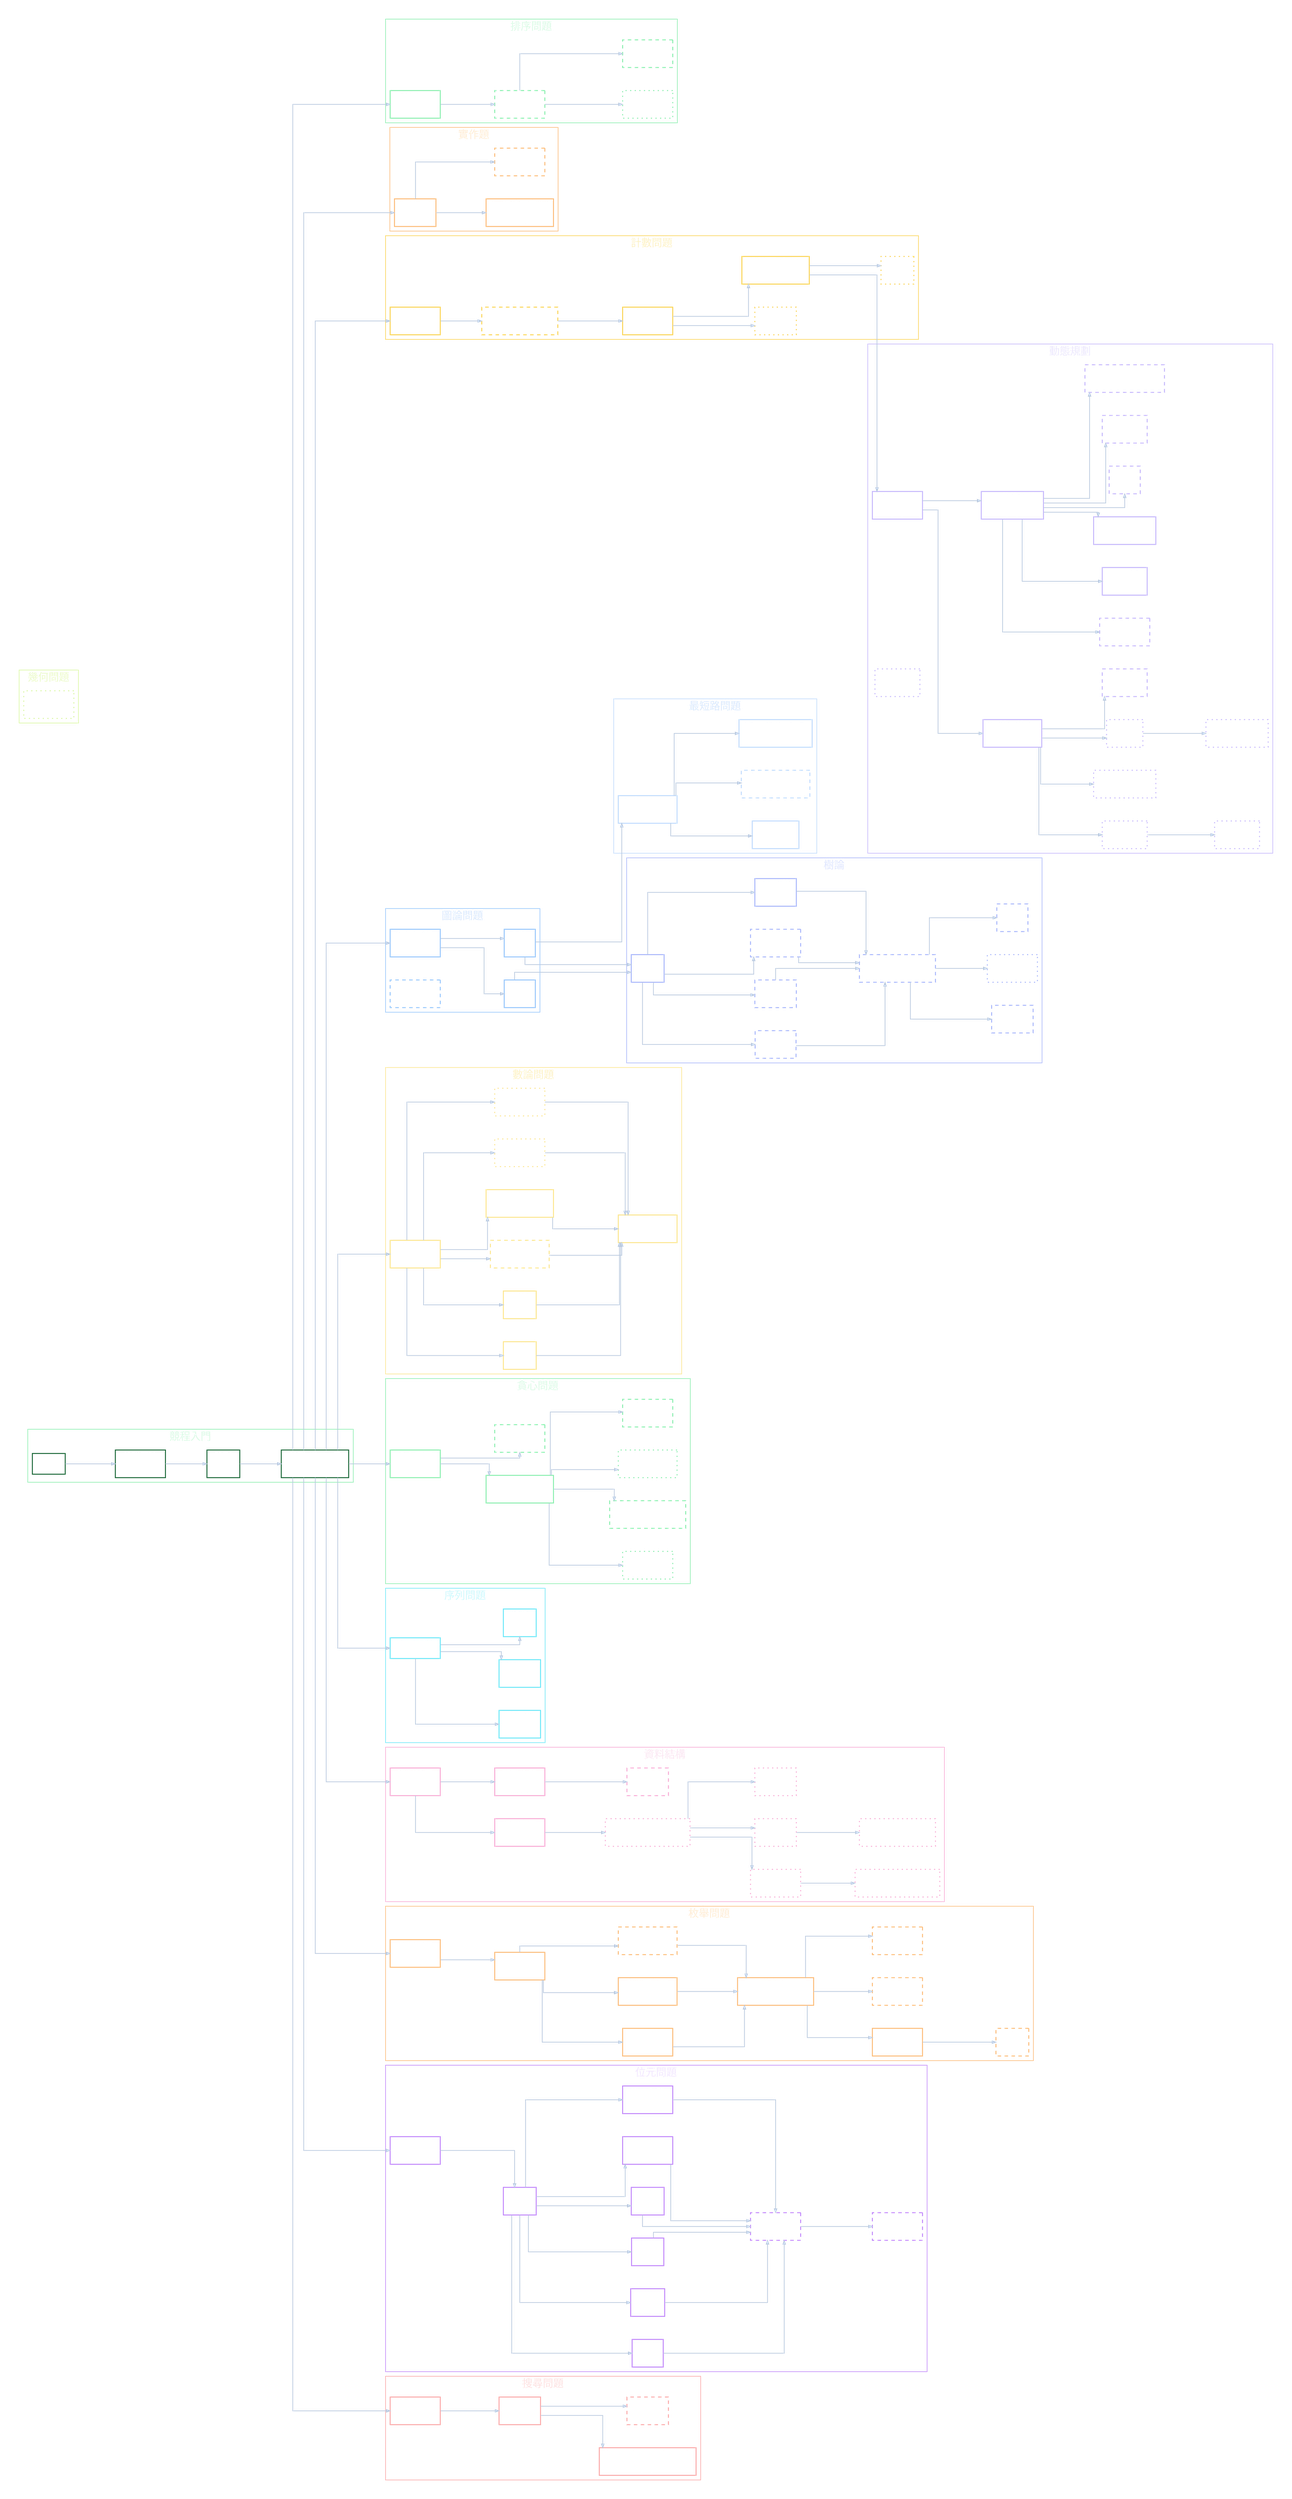
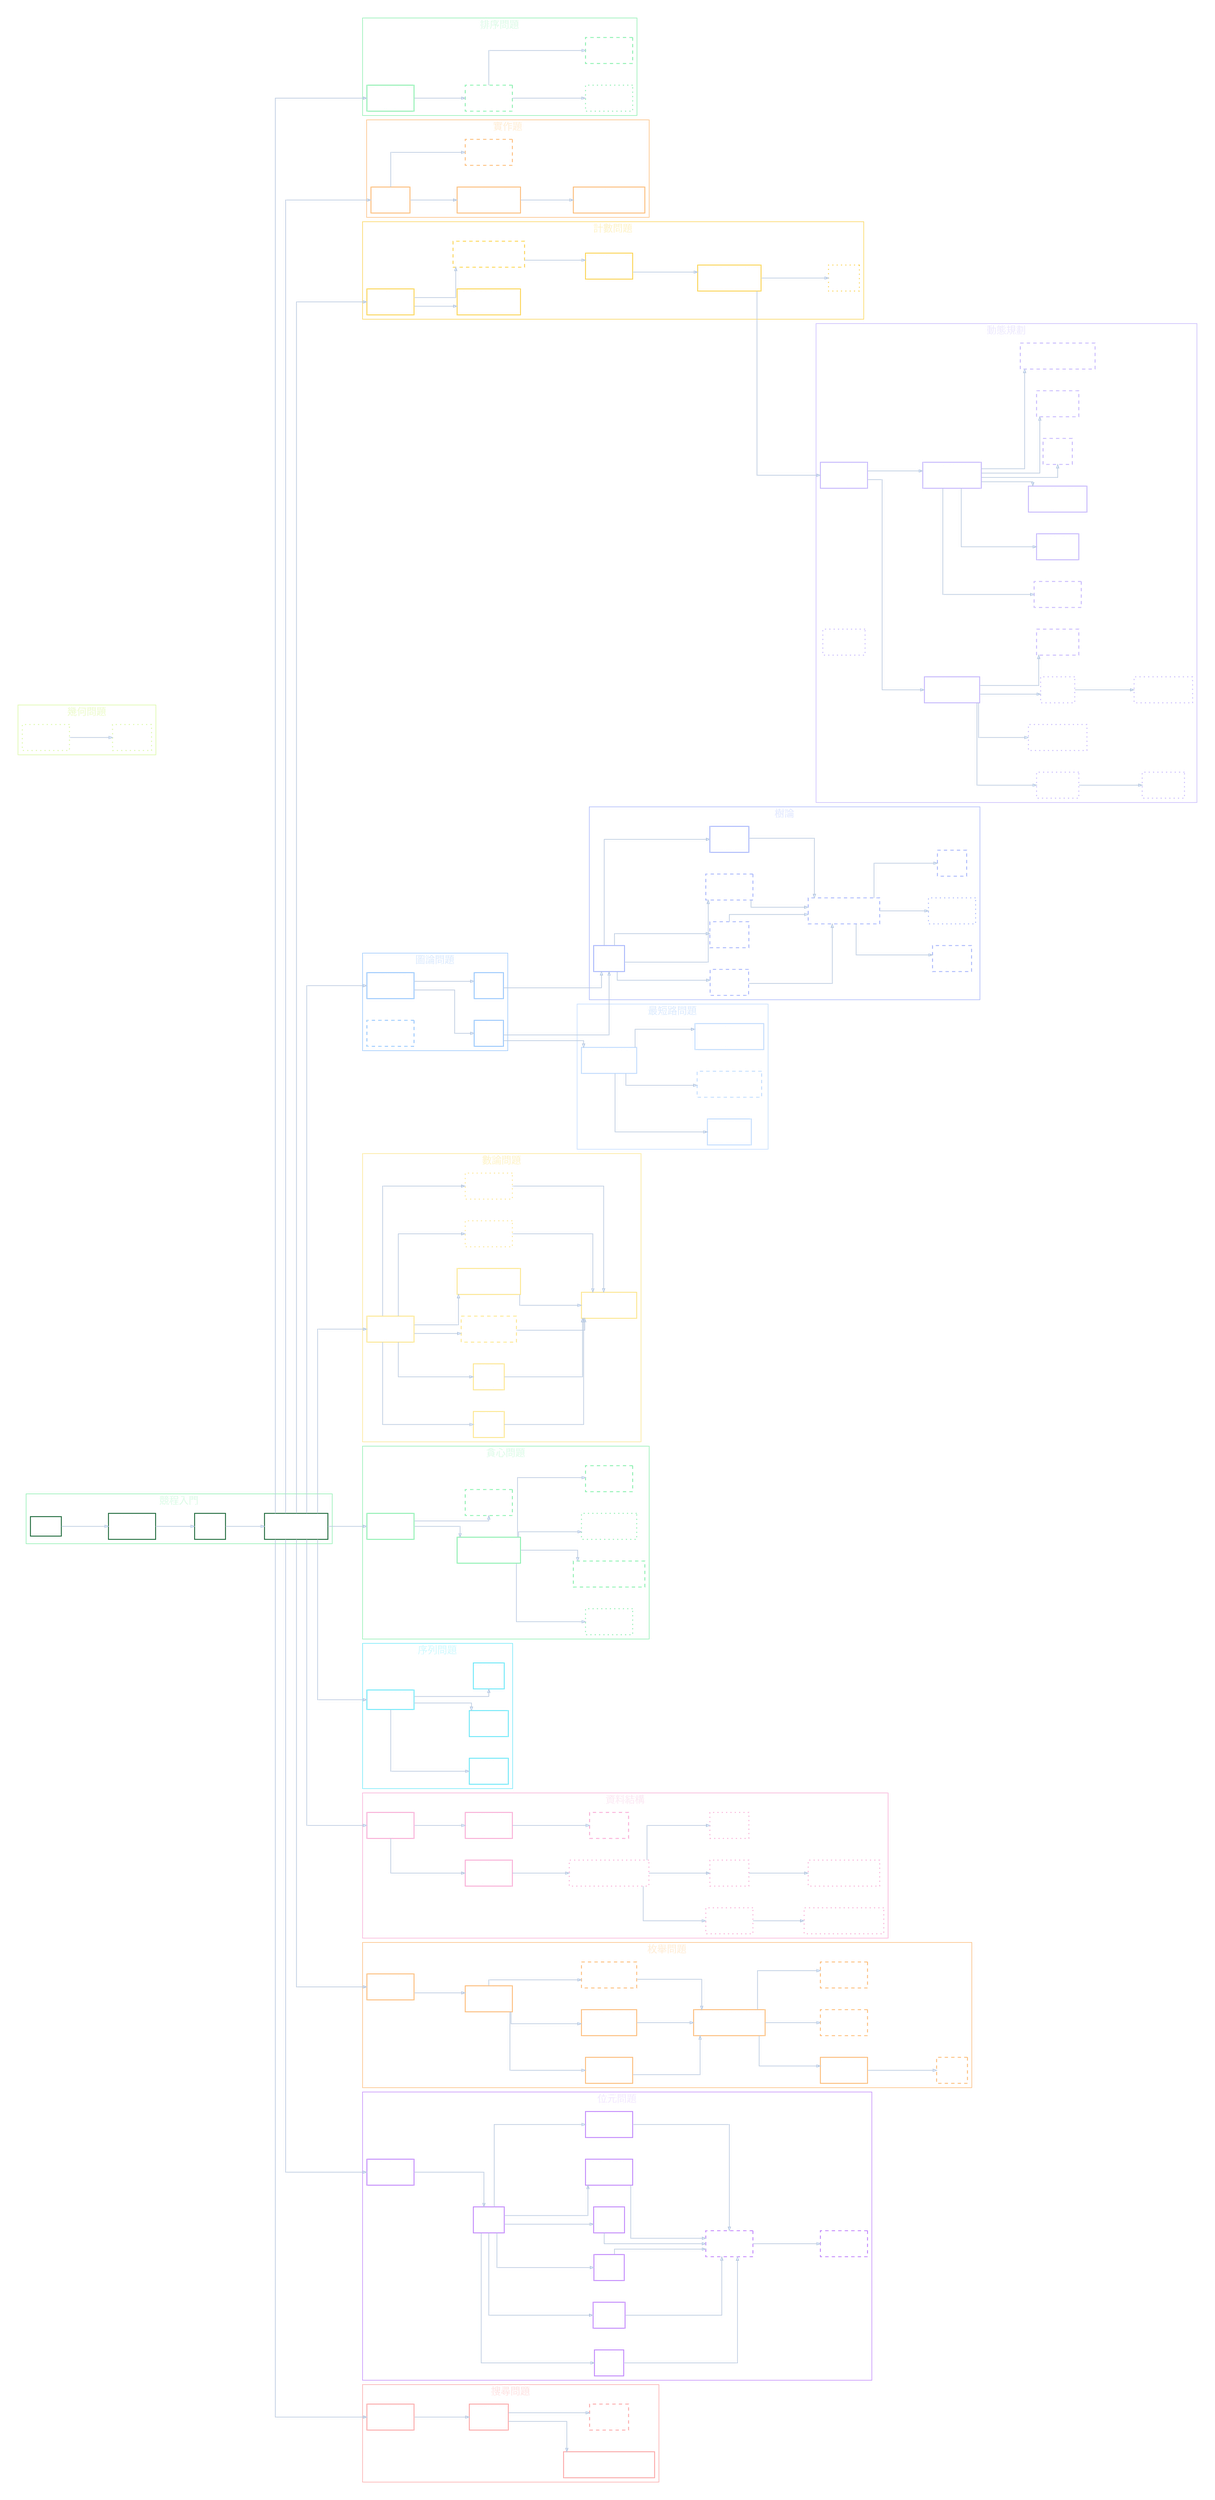
digraph CompetitiveProgrammingSkillTree {
  graph [
    rankdir=LR,
    bgcolor="transparent",
    splines=ortho,
    nodesep=0.55,
    ranksep=1.0,
    pad=0.35,
    compound=true
  ];

  node [
    shape=rect,
    style=filled,
    fontname="Microsoft JhengHei",
    fontsize=15,
    margin="0.18,0.10",
    penwidth=1.6,
    color="#7A8A99",
    fontcolor="#ffffff"
  ];

  edge [
    color="#bacae0",
    arrowsize=0.65,
    penwidth=1.2
  ];

  subgraph cluster_cp_entry {
    label="競程入門";
    color="#86efac";
    fillcolor="#052e16";
    fontname="Microsoft JhengHei";
    fontcolor="#dcfce7";
    fontsize=18;

    node [fillcolor="transparent", color="#166534"]
    root1 [label="競程"];
    core1 [label="基礎語法\n[✪]"];
    core2 [label="陣列\n[✪]"];
    core3 [label="基礎 STL 工具\n[✪]"];
  }

  subgraph cluster_sort {
    label="排序問題";
    color="#86efac";
    fillcolor="#052e16";
    fontname="Microsoft JhengHei";
    fontcolor="#dcfce7";
    fontsize=18;

    node [fillcolor="transparent", color="#86efac"];
    sort1 [label="排序問題\n[✔]"];
    sort2 [label="交換問題\n[!?]", style="dashed"];
    sort3 [label="拓撲排序\n[?]", style="dotted"];
    sort4 [label="單調隊列\n[!?]", style="dashed"];
  }

  subgraph cluster_impl {
    label="實作題";
    color="#fdba74";
    fillcolor="#431407";
    fontname="Microsoft JhengHei";
    fontcolor="#ffedd5";
    fontsize=18;

    node [fillcolor="transparent", color="#fdba74"];
    impl1 [label="實作題\n[✔]"];
    impl2 [label="二維地圖實作\n[✔]"];
    impl3 [label="字串問題\n[!?]", style="dashed"];
-   }
+     impl4 [label="六邊形地圖實作\n[✔]"]
+   }
+ 
+   impl2 -> impl4;

  subgraph cluster_count {
    label="計數問題";
    color="#fcd34d";
    fillcolor="#422006";
    fontname="Microsoft JhengHei";
    fontcolor="#fef3c7";
    fontsize=18;

    node [fillcolor="transparent", color="#fcd34d"];
    count1 [label="計數問題\n[✔]"];
+     count4 [label="微掃描線問題\n[✔]"];
    count2 [label="等價類計數問題\n[!?]", style="dashed"];
    count3 [label="排容原理\n[✔]"];
-     count4 [label="掃描線\n[?]", style="dotted"];
    count5 [label="拆分子問題法\n[✔]"];
    div1 [label="分治\n[?]", style="dotted"];
  }
+ 
+   count1 -> count4;

  subgraph cluster_dp {
    label="動態規劃";
    color="#c4b5fd";
    fillcolor="#2e1065";
    fontname="Microsoft JhengHei";
    fontcolor="#ede9fe";
    fontsize=18;

    node [fillcolor="transparent", color="#c4b5fd"];
    dp1 [label="動態規劃\n[✔]"];
    dp2 [label="背包問題\n[!?]", style="dashed"];
    dp3 [label="分段 dp\n[✔]"];
    dp4 [label="二維地圖 dp\n[✔]"];
    dp5 [label="區間 dp\n[?]", style="dotted"];
    dp6 [label="賽局 dp\n[?]", style="dotted"];
    dp7 [label="狀態壓縮 dp\n[?]", style="dotted"];
    dp8 [label="記憶化搜索\n[✔]"];
    dp9 [label="LCS\n[!?]", style="dashed"];
    dp10 [label="環狀 dp\n[!?]", style="dashed"];
    dp11 [label="樹 dp\n[?]", style="dotted"];
    dp12 [label="子樹合併 dp\n[?]", style="dotted"];
    dp13 [label="有權區間排程 dp\n[!?]", style="dashed"];
    dp14 [label="數位 dp\n[!?]", style="dashed"];
    dp15 [label="dp 狀態設計\n[✔]"];
    dp16 [label="dp 優化\n[?]", style="dotted"];
  }

  dp1 -> dp8;
  dp1 -> dp15;
  dp8 -> dp11;
  dp8 -> dp14;
  dp8 -> dp5;
  dp8 -> dp7;
  dp15 -> dp2;
  dp15 -> dp3;
  dp15 -> dp4;
  dp15 -> dp9;
  dp15 -> dp10;
  dp15 -> dp13;
  dp5 -> dp6;
  dp11 -> dp12;

  subgraph cluster_graph {
    label="圖論問題";
    color="#93c5fd";
    fillcolor="#172554";
    fontname="Microsoft JhengHei";
    fontcolor="#dbeafe";
    fontsize=18;

    node [fillcolor="transparent", color="#93c5fd"];
    g1 [label="圖論問題\n[✔]"];
    g2 [label="BFS\n[✔]"];
    g3 [label="DFS\n[✔]"];
    g4 [label="圖論建模\n[!?]", style="dashed"];
  }

  subgraph cluster_shortest_path {
    label="最短路問題";
    color="#bfdbfe";
    fillcolor="#1e3a8a";
    fontname="Microsoft JhengHei";
    fontcolor="#dbeafe";
    fontsize=18;

    node [fillcolor="transparent", color="#bfdbfe"];
    sp1 [label="最短路問題\n[✔]"];
    sp2 [label="Dijkstra\n[✔]"];
    sp3 [label="Bellman Ford\n[!?]", style="dashed"];
    sp4 [label="Floyd Warshall\n[✔]"];
  }

  subgraph cluster_tree {
    label="樹論";
    color="#a5b4fc";
    fillcolor="#312e81";
    fontname="Microsoft JhengHei";
    fontcolor="#e0e7ff";
    fontsize=18;

    node [fillcolor="transparent", color="#a5b4fc"];
    tree1 [label="樹論\n[✔]"];
    tree2 [label="BFS 樹\n[!?]", style="dashed"];
    tree3 [label="DFS 樹\n[!?]", style="dashed"];
    tree4 [label="前中後序\n[!?]", style="dashed"];
    tree5 [label="二分樹\n[✔]"];
    tree6 [label="更難的樹論問題\n[!?]", style="dashed"];
    tree7 [label="樹壓平\n[!?]", style="dashed"];
    tree8 [label="樹上差分\n[?]", style="dotted"];
    tree9 [label="LCA\n[!?]", style="dashed"];
  }

  subgraph cluster_number {
    label="數論問題";
    color="#fde68a";
    fillcolor="#451a03";
    fontname="Microsoft JhengHei";
    fontcolor="#fef3c7";
    fontsize=18;

    node [fillcolor="transparent", color="#fde68a"];
    num1 [label="數論問題\n[✔]"];
    num2 [label="取餘\n[✔]"];
    num3 [label="篩法\n[✔]"];
    num4 [label="質因數分解\n[!?]", style="dashed"];
    num5 [label="因數倍數問題\n[✔]"];
    num6 [label="進制系統\n[?]", style="dotted"];
    num7 [label="大數運算\n[?]", style="dotted"];
    math1 [label="數學式化簡\n[✔]"];
  }

  subgraph cluster_greedy {
    label="貪心問題";
    color="#86efac";
    fillcolor="#052e16";
    fontname="Microsoft JhengHei";
    fontcolor="#dcfce7";
    fontsize=18;

    node [fillcolor="transparent", color="#86efac"];
    gr1 [label="貪心問題\n[✔]"];
    gr2 [label="貪心基本思維\n[✔]"];
    gr3 [label="貪心證明\n[!?]", style="dashed"];
    gr4 [label="區間貪心\n[?]", style="dotted"];
    gr5 [label="構造上下界問題\n[!?]", style="dashed"];
    gr6 [label="子序列貪心\n[?]", style="dotted"];
    gr7 [label="配對問題\n[!?]", style="dashed"];
  }

  subgraph cluster_sequence {
    label="序列問題";
    color="#67e8f9";
    fillcolor="#164e63";
    fontname="Microsoft JhengHei";
    fontcolor="#cffafe";
    fontsize=18;

    node [fillcolor="transparent", color="#67e8f9"];
    seq1 [label="序列問題"];
    seq2 [label="雙指標\n[✔]"];
    seq3 [label="前綴和\n[✔]"];
    seq4 [label="差分\n[✔]"];
  }

  subgraph cluster_ds {
    label="資料結構";
    color="#f9a8d4";
    fillcolor="#500724";
    fontname="Microsoft JhengHei";
    fontcolor="#fce7f3";
    fontsize=18;

    node [fillcolor="transparent", color="#f9a8d4"];
    ds1 [label="資料結構\n[✔]"];
    ds2 [label="序列容器\n[✔]"];
    ds3 [label="關聯容器\n[✔]"];
    ds4 [label="哈希表\n[!?]", style="dashed"];
    ds5 [label="更複雜的資料結構\n[?]", style="dotted"];
    ds6 [label="樹狀陣列\n[?]", style="dotted"];
    ds7 [label="稀疏表\n[?]", style="dotted"];
    ds8 [label="線段樹\n[?]", style="dotted"];
    ds9 [label="樹狀陣列上二分搜\n[?]", style="dotted"];
    ds10 [label="稀疏表上二分搜\n[?]", style="dotted"];
  }

  subgraph cluster_enum {
    label="枚舉問題";
    color="#fdba74";
    fillcolor="#431407";
    fontname="Microsoft JhengHei";
    fontcolor="#ffedd5";
    fontsize=18;

    node [fillcolor="transparent", color="#fdba74"];
    enum1 [label="枚舉問題\n[✔]"];
    enum2 [label="暴力枚舉\n[✔]"];
    enum3 [label="二元枚舉\n[✔]"];
    enum4 [label="全排列枚舉\n[✔]"];
    enum5 [label="聰明的枚舉\n[!?]", style="dashed"];
    enum6 [label="更難的枚舉問題\n[✔]"];
    enum7 [label="遞迴枚舉\n[✔]"];
    enum8 [label="折半枚舉\n[!?]", style="dashed"];
    enum9 [label="剪枝\n[!?]", style="dashed"];
    enum10 [label="枚舉倍數\n[!?]", style="dashed"];
  }

  subgraph cluster_bit {
    label="位元問題";
    color="#c084fc";
    fillcolor="#3b0764";
    fontname="Microsoft JhengHei";
    fontcolor="#f3e8ff";
    fontsize=18;

    node [fillcolor="transparent", color="#c084fc"];
    bit1 [label="位元問題\n[✔]"];
    bit2 [label="位元\n[✔]"];
    bit3 [label="OR\n[✔]"];
    bit4 [label="AND\n[✔]"];
    bit5 [label="XOR\n[✔]"];
    bit6 [label="NOT\n[✔]"];
    bit7 [label="位元左移\n[✔]"];
    bit8 [label="位元右移\n[✔]"];
    bit9 [label="位元函式\n[!?]", style="dashed"];
    bit10 [label="狀態壓縮\n[!?]", style="dashed"];
  }

  subgraph cluster_search {
    label="搜尋問題";
    color="#fca5a5";
    fillcolor="#450a0a";
    fontname="Microsoft JhengHei";
    fontcolor="#fee2e2";
    fontsize=18;

    node [fillcolor="transparent", color="#fca5a5"];
    search1 [label="搜尋問題\n[✔]"];
    search2 [label="二分搜\n[✔]"];
    search3 [label="lower / upper bound\n[✔]"];
    search4 [label="三分搜\n[!?]", style="dashed"];
  }

  subgraph cluster_geometry {
    label="幾何問題";
    color="#d9f99d";
    fillcolor="#1a2e05";
    fontname="Microsoft JhengHei";
    fontcolor="#ecfccb";
    fontsize=18;

    node [fillcolor="transparent", color="#d9f99d"];
    geo1 [label="幾何問題\n[?]", style="dotted"];
-   }
+     geo2 [label="掃描線\n[?]", style="dotted"];
+   }
+ 
+   geo1 -> geo2;

  root1 -> core1;
  core1 -> core2;
  core2 -> core3;

  core3 -> sort1;
  core3 -> impl1;
  core3 -> count1;
  core3 -> g1;
  core3 -> num1;
  core3 -> gr1;
  core3 -> seq1;
  core3 -> ds1;
  core3 -> enum1;
  core3 -> bit1;
  core3 -> search1;

  sort1 -> sort2;
  sort2 -> sort3;
  sort2 -> sort4;

  impl1 -> impl2;
  impl1 -> impl3;

  count1 -> count2;
  count2 -> count3;
-   count3 -> count4;
  count3 -> count5;
  count5 -> dp1;
  count5 -> div1;

  g1 -> g2;
  g1 -> g3;
  g2 -> sp1;
  g2 -> tree1;
  g3 -> tree1;

  sp1 -> sp2;
  sp1 -> sp3;
  sp1 -> sp4;

  tree1 -> tree2;
  tree1 -> tree3;
  tree1 -> tree4;
  tree1 -> tree5;
  tree2 -> tree6;
  tree3 -> tree6;
  tree4 -> tree6;
  tree5 -> tree6;
  tree6 -> tree7;
  tree6 -> tree8;
  tree6 -> tree9;

  num1 -> num2;
  num1 -> num3;
  num1 -> num4;
  num1 -> num5;
  num1 -> num6;
  num1 -> num7;
  num2 -> math1;
  num3 -> math1;
  num4 -> math1;
  num5 -> math1;
  num6 -> math1;
  num7 -> math1;

  gr1 -> gr2;
  gr1 -> gr3;
  gr2 -> gr4;
  gr2 -> gr5;
  gr2 -> gr6;
  gr2 -> gr7;

  seq1 -> seq2;
  seq1 -> seq3;
  seq1 -> seq4;

  ds1 -> ds2;
  ds1 -> ds3;
  ds2 -> ds5;
  ds3 -> ds4;
  ds5 -> ds6;
  ds5 -> ds7;
  ds5 -> ds8;
  ds6 -> ds9;
  ds7 -> ds10;

  enum1 -> enum2;
  enum2 -> enum3;
  enum2 -> enum4;
  enum2 -> enum5;
  enum3 -> enum6;
  enum4 -> enum6;
  enum5 -> enum6;
  enum6 -> enum7;
  enum6 -> enum8;
  enum6 -> enum10;
  enum7 -> enum9;

  bit1 -> bit2;
  bit2 -> bit3;
  bit2 -> bit4;
  bit2 -> bit5;
  bit2 -> bit6;
  bit2 -> bit7;
  bit2 -> bit8;
  bit3 -> bit9;
  bit4 -> bit9;
  bit5 -> bit9;
  bit6 -> bit9;
  bit7 -> bit9;
  bit8 -> bit9;
  bit9 -> bit10;

  search1 -> search2;
  search2 -> search3;
  search2 -> search4;
}
